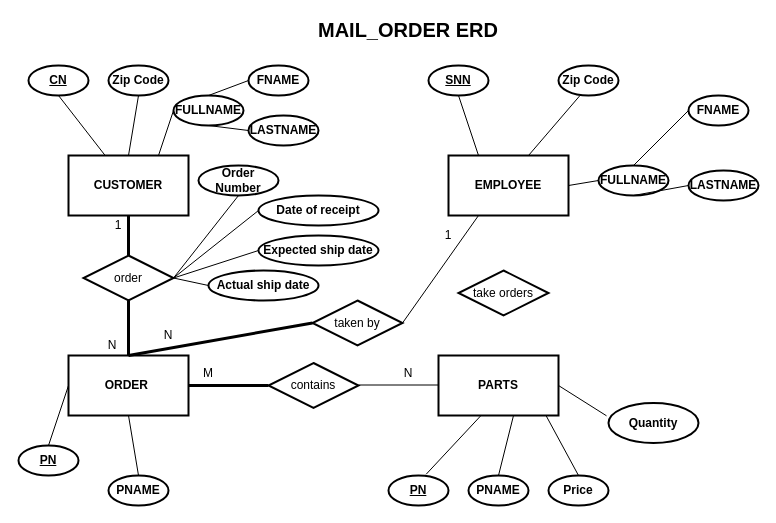
Before: tuyen.drawio in kieuvantuyen01/testGit, a draw.io diagram. Source tidied: cells renumbered, new cells numbered last; positions are measured from the earlier drawing's top-left corner, leaving out a move shared by most shapes. Both pictures are drawn from the tidied source at 100%, with x=0, y=0 at pixel (18, 19).
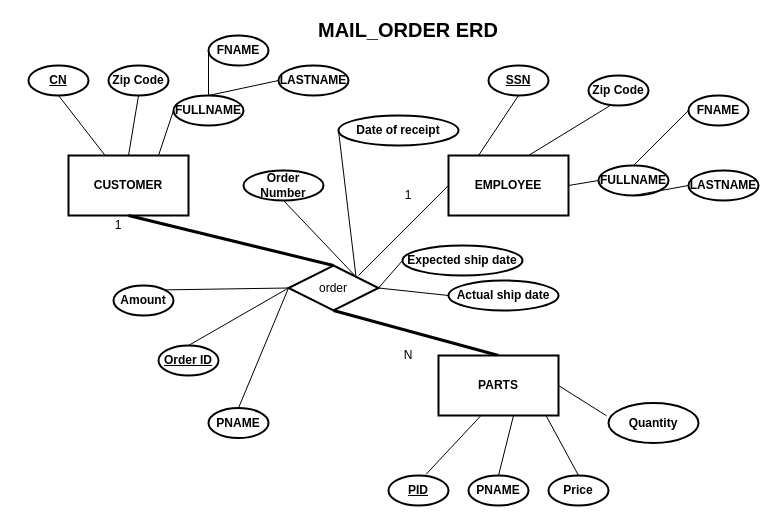
The same page after the edit.

The change refers to these unchanged cells:
```xml
<mxCell id="3" value="&lt;b&gt;EMPLOYEE&lt;/b&gt;" style="rounded=0;whiteSpace=wrap;html=1;strokeWidth=2;" parent="1" vertex="1">
  <mxGeometry x="430" y="136" width="120" height="60" as="geometry" />
</mxCell>
<mxCell id="45" value="FULLNAME" style="ellipse;whiteSpace=wrap;html=1;strokeWidth=2;fontStyle=1;" parent="1" vertex="1">
  <mxGeometry x="155" y="76" width="70" height="30" as="geometry" />
</mxCell>
<mxCell id="51" value="&lt;b&gt;PARTS&lt;/b&gt;" style="rounded=0;whiteSpace=wrap;html=1;strokeWidth=2;" parent="1" vertex="1">
  <mxGeometry x="420" y="336" width="120" height="60" as="geometry" />
</mxCell>
```

The edit, as a diff of the source:
```diff
@@
-    <mxCell id="4" value="&lt;b&gt;ORDER&amp;nbsp;&lt;/b&gt;" style="rounded=0;whiteSpace=wrap;html=1;strokeWidth=2;" parent="1" vertex="1">
-      <mxGeometry x="50" y="336" width="120" height="60" as="geometry" />
-    </mxCell>
@@
-    <mxCell id="7" value="&lt;u&gt;SNN&lt;/u&gt;" style="ellipse;whiteSpace=wrap;html=1;strokeWidth=2;fontStyle=1;" parent="1" vertex="1">
-      <mxGeometry x="410" y="46" width="60" height="30" as="geometry" />
+    <mxCell id="7" value="&lt;u&gt;SSN&lt;/u&gt;" style="ellipse;whiteSpace=wrap;html=1;strokeWidth=2;fontStyle=1;" parent="1" vertex="1">
+      <mxGeometry x="470" y="46" width="60" height="30" as="geometry" />
     </mxCell>
     <mxCell id="8" value="Zip Code" style="ellipse;whiteSpace=wrap;html=1;strokeWidth=2;fontStyle=1;" parent="1" vertex="1">
-      <mxGeometry x="540" y="46" width="60" height="30" as="geometry" />
+      <mxGeometry x="570" y="56" width="60" height="30" as="geometry" />
     </mxCell>
@@
-    <mxCell id="12" value="&lt;u&gt;PN&lt;/u&gt;" style="ellipse;whiteSpace=wrap;html=1;strokeWidth=2;fontStyle=1;" parent="1" vertex="1">
-      <mxGeometry y="426" width="60" height="30" as="geometry" />
+    <mxCell id="12" value="Order ID" style="ellipse;whiteSpace=wrap;html=1;strokeWidth=2;fontStyle=5;" parent="1" vertex="1">
+      <mxGeometry x="140" y="326" width="60" height="30" as="geometry" />
     </mxCell>
     <mxCell id="13" value="PNAME" style="ellipse;whiteSpace=wrap;html=1;strokeWidth=2;fontStyle=1;" parent="1" vertex="1">
-      <mxGeometry x="90" y="456" width="60" height="30" as="geometry" />
+      <mxGeometry x="190" y="388.5" width="60" height="30" as="geometry" />
     </mxCell>
@@
-    <mxCell id="16" value="&lt;u&gt;PN&lt;/u&gt;" style="ellipse;whiteSpace=wrap;html=1;strokeWidth=2;fontStyle=1;" parent="1" vertex="1">
+    <mxCell id="16" value="&lt;u&gt;PID&lt;/u&gt;" style="ellipse;whiteSpace=wrap;html=1;strokeWidth=2;fontStyle=1;" parent="1" vertex="1">
       <mxGeometry x="370" y="456" width="60" height="30" as="geometry" />
     </mxCell>
@@
-    <mxCell id="29" style="endArrow=none;html=1;exitX=0.5;exitY=0;exitDx=0;exitDy=0;entryX=0;entryY=0.5;entryDx=0;entryDy=0;" parent="1" edge="1" source="12" target="4">
+    <mxCell id="29" style="endArrow=none;html=1;exitX=0.5;exitY=0;exitDx=0;exitDy=0;entryX=0;entryY=0.5;entryDx=0;entryDy=0;" parent="1" edge="1" source="12" target="39">
       <mxGeometry relative="1" as="geometry" />
     </mxCell>
-    <mxCell id="30" style="endArrow=none;html=1;exitX=0.5;exitY=0;exitDx=0;exitDy=0;entryX=0.5;entryY=1;entryDx=0;entryDy=0;" parent="1" edge="1" source="13" target="4">
+    <mxCell id="30" style="endArrow=none;html=1;exitX=0.5;exitY=0;exitDx=0;exitDy=0;entryX=0;entryY=0.5;entryDx=0;entryDy=0;" parent="1" edge="1" source="13" target="39">
       <mxGeometry relative="1" as="geometry" />
     </mxCell>
-    <mxCell id="31" value="taken by" style="shape=rhombus;perimeter=rhombusPerimeter;whiteSpace=wrap;html=1;align=center;strokeWidth=2;" parent="1" vertex="1">
-      <mxGeometry x="294" y="281" width="90" height="45" as="geometry" />
-    </mxCell>
-    <mxCell id="32" style="endArrow=none;html=1;rounded=0;entryX=0;entryY=0.5;entryDx=0;entryDy=0;exitX=0.5;exitY=0;exitDx=0;exitDy=0;strokeWidth=3;" parent="1" edge="1" source="4" target="31">
-      <mxGeometry relative="1" as="geometry" />
-    </mxCell>
-    <mxCell id="33" style="endArrow=none;html=1;rounded=0;entryX=0.25;entryY=1;entryDx=0;entryDy=0;exitX=1;exitY=0.5;exitDx=0;exitDy=0;" parent="1" edge="1" source="31" target="3">
-      <mxGeometry relative="1" as="geometry" />
-    </mxCell>
     <mxCell id="34" value="Order Number" style="ellipse;whiteSpace=wrap;html=1;strokeWidth=2;fontStyle=1;" parent="1" vertex="1">
-      <mxGeometry x="180" y="146" width="80" height="30" as="geometry" />
+      <mxGeometry x="225" y="151" width="80" height="30" as="geometry" />
     </mxCell>
-    <mxCell id="35" style="endArrow=none;html=1;rounded=0;entryX=1;entryY=0.5;entryDx=0;entryDy=0;exitX=0.5;exitY=1;exitDx=0;exitDy=0;" parent="1" edge="1" source="34" target="39">
+    <mxCell id="35" style="endArrow=none;html=1;rounded=0;entryX=1;entryY=0;entryDx=0;entryDy=0;exitX=0.5;exitY=1;exitDx=0;exitDy=0;" parent="1" edge="1" source="34" target="39">
       <mxGeometry relative="1" as="geometry" />
     </mxCell>
-    <mxCell id="36" value="1" style="text;html=1;strokeColor=none;fillColor=none;align=center;verticalAlign=middle;whiteSpace=wrap;rounded=0;" parent="1" vertex="1">
-      <mxGeometry x="410" y="206" width="40" height="20" as="geometry" />
-    </mxCell>
-    <mxCell id="37" value="N" style="text;html=1;strokeColor=none;fillColor=none;align=center;verticalAlign=middle;whiteSpace=wrap;rounded=0;" parent="1" vertex="1">
-      <mxGeometry x="130" y="306" width="40" height="20" as="geometry" />
-    </mxCell>
@@
     <mxCell id="39" value="order" style="shape=rhombus;perimeter=rhombusPerimeter;whiteSpace=wrap;html=1;align=center;strokeWidth=2;" parent="1" vertex="1">
-      <mxGeometry x="65" y="236" width="90" height="45" as="geometry" />
+      <mxGeometry x="270" y="246" width="90" height="45" as="geometry" />
     </mxCell>
-    <mxCell id="40" style="endArrow=none;html=1;rounded=0;exitX=0.5;exitY=1;exitDx=0;exitDy=0;entryX=0.5;entryY=0;entryDx=0;entryDy=0;strokeWidth=3;" parent="1" edge="1" source="39" target="4">
+    <mxCell id="40" style="endArrow=none;html=1;rounded=0;exitX=0.5;exitY=1;exitDx=0;exitDy=0;entryX=0.5;entryY=0;entryDx=0;entryDy=0;strokeWidth=3;" parent="1" edge="1" source="39" target="51">
       <mxGeometry relative="1" as="geometry" />
     </mxCell>
@@
-    <mxCell id="43" value="N" style="text;html=1;strokeColor=none;fillColor=none;align=center;verticalAlign=middle;whiteSpace=wrap;rounded=0;" parent="1" vertex="1">
-      <mxGeometry x="74" y="316" width="40" height="20" as="geometry" />
-    </mxCell>
@@
     <mxCell id="46" value="FNAME" style="ellipse;whiteSpace=wrap;html=1;strokeWidth=2;fontStyle=1;" parent="1" vertex="1">
-      <mxGeometry x="230" y="46" width="60" height="30" as="geometry" />
+      <mxGeometry x="190" y="16" width="60" height="30" as="geometry" />
     </mxCell>
     <mxCell id="47" value="LASTNAME" style="ellipse;whiteSpace=wrap;html=1;strokeWidth=2;fontStyle=1;" parent="1" vertex="1">
-      <mxGeometry x="230" y="96" width="70" height="30" as="geometry" />
+      <mxGeometry x="260" y="46" width="70" height="30" as="geometry" />
     </mxCell>
@@
-    <mxCell id="50" style="endArrow=none;html=1;entryX=0.5;entryY=1;entryDx=0;entryDy=0;exitX=0;exitY=0.5;exitDx=0;exitDy=0;" parent="1" edge="1" source="47" target="45">
+    <mxCell id="50" style="endArrow=none;html=1;entryX=0.5;entryY=0;entryDx=0;entryDy=0;exitX=0;exitY=0.5;exitDx=0;exitDy=0;" parent="1" edge="1" source="47" target="45">
       <mxGeometry relative="1" as="geometry" />
     </mxCell>
@@
-    <mxCell id="52" value="contains" style="shape=rhombus;perimeter=rhombusPerimeter;whiteSpace=wrap;html=1;align=center;strokeWidth=2;" parent="1" vertex="1">
-      <mxGeometry x="250" y="343.5" width="90" height="45" as="geometry" />
-    </mxCell>
-    <mxCell id="53" style="endArrow=none;html=1;rounded=0;entryX=0;entryY=0.5;entryDx=0;entryDy=0;exitX=1;exitY=0.5;exitDx=0;exitDy=0;strokeWidth=3;" parent="1" edge="1" source="4" target="52">
-      <mxGeometry relative="1" as="geometry" />
-    </mxCell>
-    <mxCell id="54" style="endArrow=none;html=1;rounded=0;entryX=0;entryY=0.5;entryDx=0;entryDy=0;exitX=1;exitY=0.5;exitDx=0;exitDy=0;" parent="1" edge="1">
-      <mxGeometry relative="1" as="geometry">
-        <mxPoint x="340" y="365.5" as="sourcePoint" />
-        <mxPoint x="420" y="365.5" as="targetPoint" />
-      </mxGeometry>
-    </mxCell>
-    <mxCell id="55" value="N" style="text;html=1;strokeColor=none;fillColor=none;align=center;verticalAlign=middle;whiteSpace=wrap;rounded=0;" parent="1" vertex="1">
-      <mxGeometry x="370" y="343.5" width="40" height="20" as="geometry" />
-    </mxCell>
     <mxCell id="56" value="Date of receipt" style="ellipse;whiteSpace=wrap;html=1;strokeWidth=2;fontStyle=1;" parent="1" vertex="1">
-      <mxGeometry x="240" y="176" width="120" height="30" as="geometry" />
+      <mxGeometry x="320" y="96" width="120" height="30" as="geometry" />
     </mxCell>
     <mxCell id="57" value="Expected ship date" style="ellipse;whiteSpace=wrap;html=1;strokeWidth=2;fontStyle=1;" parent="1" vertex="1">
-      <mxGeometry x="240" y="216" width="120" height="30" as="geometry" />
+      <mxGeometry x="384" y="226" width="120" height="30" as="geometry" />
     </mxCell>
     <mxCell id="58" value="Actual ship date" style="ellipse;whiteSpace=wrap;html=1;strokeWidth=2;fontStyle=1;" parent="1" vertex="1">
-      <mxGeometry x="190" y="251" width="110" height="30" as="geometry" />
+      <mxGeometry x="430" y="261" width="110" height="30" as="geometry" />
     </mxCell>
-    <mxCell id="59" style="endArrow=none;html=1;rounded=0;entryX=0;entryY=0.5;entryDx=0;entryDy=0;exitX=1;exitY=0.5;exitDx=0;exitDy=0;" parent="1" edge="1" source="39" target="56">
+    <mxCell id="59" style="endArrow=none;html=1;rounded=0;entryX=0;entryY=0.5;entryDx=0;entryDy=0;exitX=1;exitY=0;exitDx=0;exitDy=0;" parent="1" edge="1" source="39" target="56">
       <mxGeometry relative="1" as="geometry" />
     </mxCell>
@@
-    <mxCell id="61" style="endArrow=none;html=1;rounded=0;entryX=1;entryY=0.5;entryDx=0;entryDy=0;" parent="1" edge="1" target="39">
-      <mxGeometry relative="1" as="geometry">
-        <mxPoint x="190" y="266" as="sourcePoint" />
-      </mxGeometry>
+    <mxCell id="61" style="endArrow=none;html=1;rounded=0;entryX=1;entryY=0.5;entryDx=0;entryDy=0;exitX=0;exitY=0.5;exitDx=0;exitDy=0;" parent="1" edge="1" source="58" target="39">
+      <mxGeometry relative="1" as="geometry" />
     </mxCell>
-    <mxCell id="62" value="M" style="text;html=1;strokeColor=none;fillColor=none;align=center;verticalAlign=middle;whiteSpace=wrap;rounded=0;" parent="1" vertex="1">
-      <mxGeometry x="170" y="343.5" width="40" height="20" as="geometry" />
-    </mxCell>
-    <mxCell id="63" value="take orders" style="shape=rhombus;perimeter=rhombusPerimeter;whiteSpace=wrap;html=1;align=center;strokeWidth=2;" parent="1" vertex="1">
-      <mxGeometry x="440" y="251" width="90" height="45" as="geometry" />
-    </mxCell>
+    <mxCell id="64" value="&lt;span&gt;Amount&lt;/span&gt;" style="ellipse;whiteSpace=wrap;html=1;strokeWidth=2;fontStyle=1;" parent="1" vertex="1">
+      <mxGeometry x="95" y="266" width="60" height="30" as="geometry" />
+    </mxCell>
+    <mxCell id="65" style="endArrow=none;html=1;rounded=0;exitX=1;exitY=0;exitDx=0;exitDy=0;entryX=0;entryY=0.5;entryDx=0;entryDy=0;" parent="1" edge="1" source="64" target="39">
+      <mxGeometry relative="1" as="geometry" />
+    </mxCell>
+    <mxCell id="66" value="N" style="text;html=1;strokeColor=none;fillColor=none;align=center;verticalAlign=middle;whiteSpace=wrap;rounded=0;" parent="1" vertex="1">
+      <mxGeometry x="370" y="326" width="40" height="20" as="geometry" />
+    </mxCell>
+    <mxCell id="36" value="1" style="text;html=1;strokeColor=none;fillColor=none;align=center;verticalAlign=middle;whiteSpace=wrap;rounded=0;" parent="1" vertex="1">
+      <mxGeometry x="370" y="166" width="40" height="20" as="geometry" />
+    </mxCell>
+    <mxCell id="67" style="endArrow=none;html=1;rounded=0;exitX=0;exitY=0.5;exitDx=0;exitDy=0;" parent="1" edge="1" source="3">
+      <mxGeometry relative="1" as="geometry">
+        <mxPoint x="340" y="256" as="targetPoint" />
+      </mxGeometry>
+    </mxCell>
```
